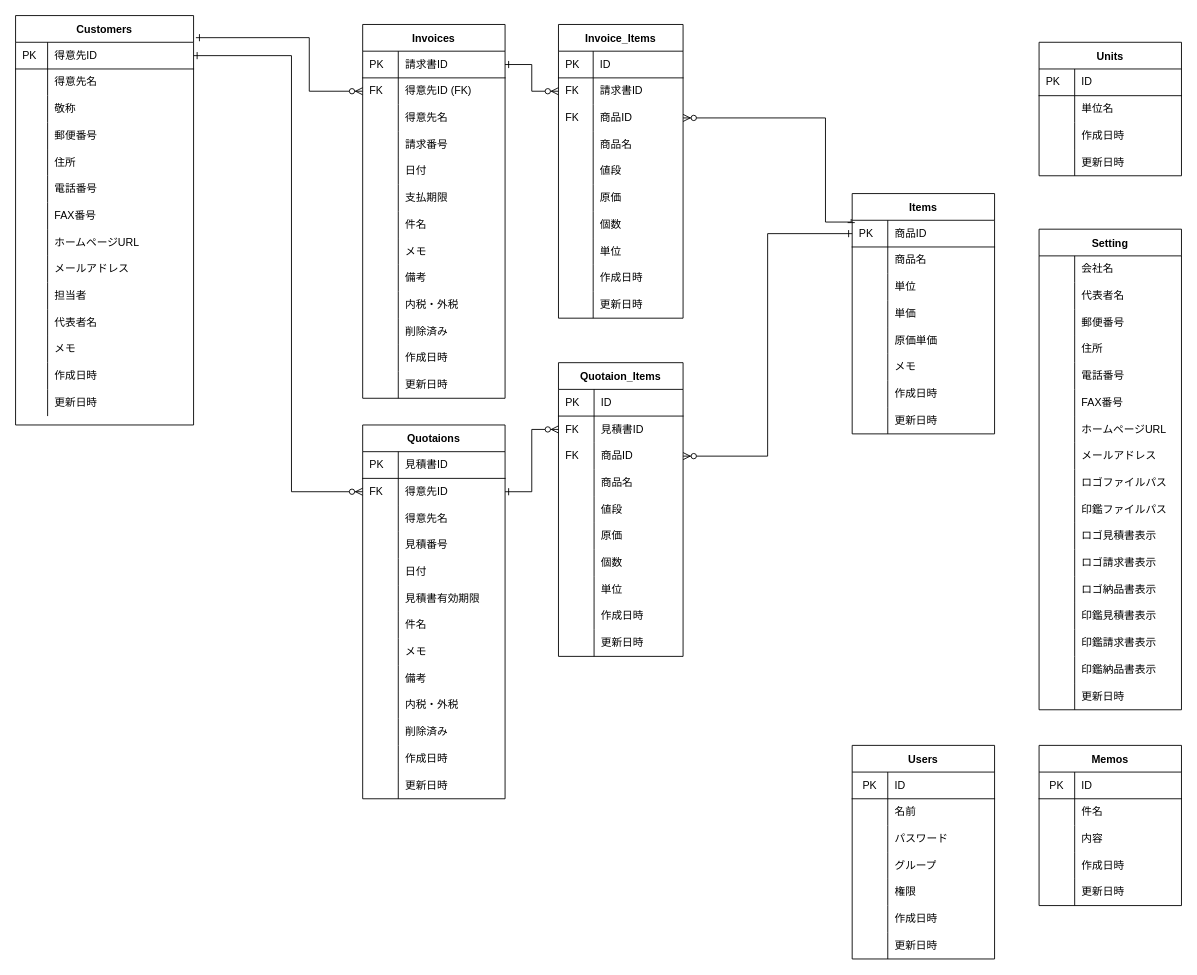
This is soho_er.dio from gamasenninn/caddie-clone, a draw.io file, before an edit. Source tidied: cells renumbered, new cells numbered last; positions are measured from the earlier drawing's top-left corner, leaving out a move shared by most shapes. Both pictures are drawn from the tidied source at 89%, with x=0, y=0 at pixel (15, 15).
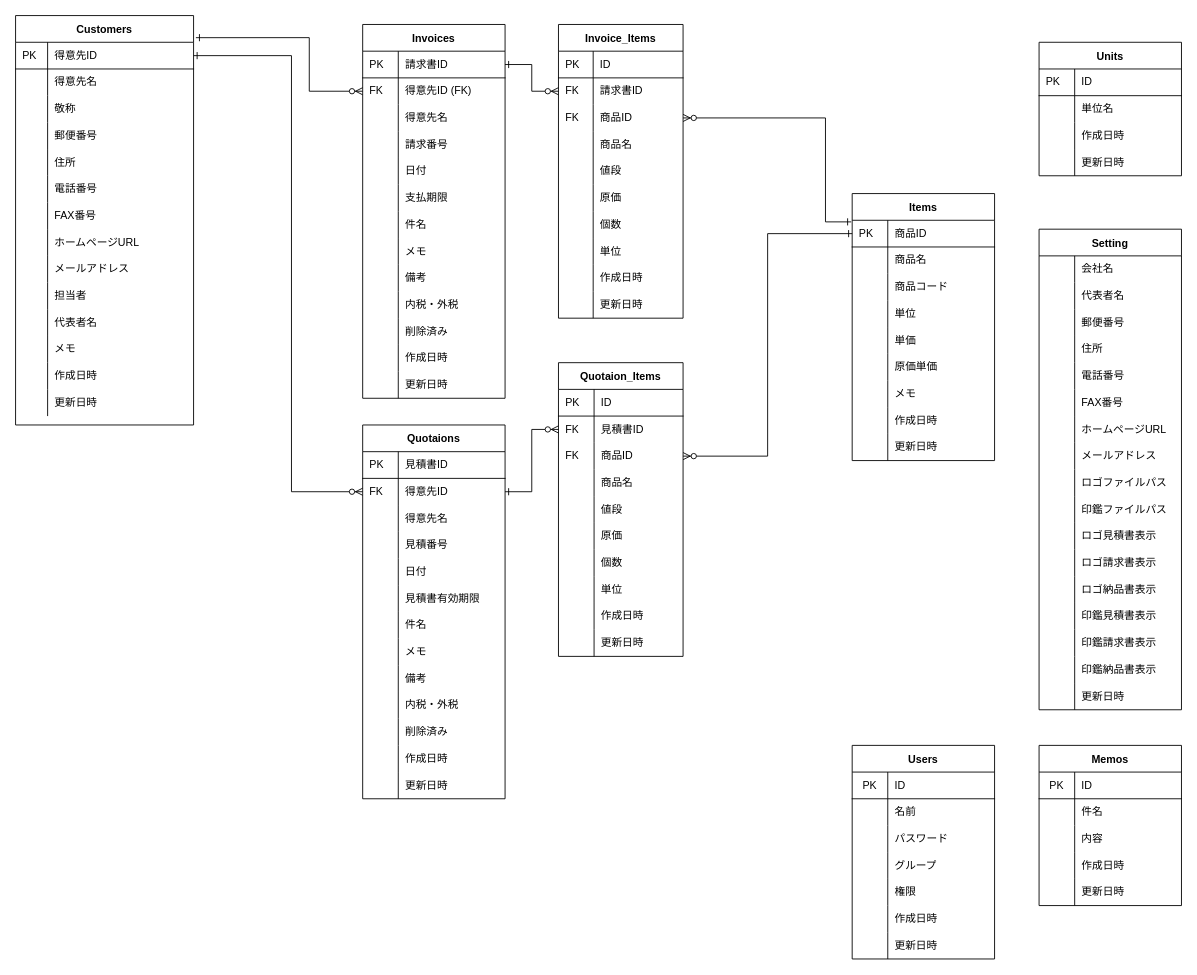
Above is the later version.

The edit, as a diff of the source:
```diff
@@
     <mxCell id="45" value="Items" style="shape=table;startSize=30;childLayout=tableLayout;rowLines=0;fontStyle=1;align=center;" parent="1" vertex="1">
-      <mxGeometry x="940" y="200" width="160" height="270" as="geometry" />
+      <mxGeometry x="940" y="200" width="160" height="300" as="geometry" />
     </mxCell>
@@
+    <mxCell id="321" style="shape=partialRectangle;html=1;whiteSpace=wrap;fillColor=none;top=0;left=0;bottom=0;right=0;" parent="45" vertex="1">
+      <mxGeometry y="90" width="160" height="30" as="geometry" />
+    </mxCell>
+    <mxCell id="322" style="shape=partialRectangle;html=1;whiteSpace=wrap;fillColor=none;top=0;left=0;bottom=0;right=0;align=left;spacingLeft=6;overflow=hidden;" parent="321" vertex="1">
+      <mxGeometry width="40" height="30" as="geometry" />
+    </mxCell>
+    <mxCell id="323" value="商品コード" style="shape=partialRectangle;html=1;whiteSpace=wrap;fillColor=none;top=0;left=0;bottom=0;right=0;align=left;spacingLeft=6;overflow=hidden;" parent="321" vertex="1">
+      <mxGeometry x="40" width="120" height="30" as="geometry" />
+    </mxCell>
     <mxCell id="52" style="shape=partialRectangle;html=1;whiteSpace=wrap;fillColor=none;top=0;left=0;bottom=0;right=0;" parent="45" vertex="1">
-      <mxGeometry y="90" width="160" height="30" as="geometry" />
+      <mxGeometry y="120" width="160" height="30" as="geometry" />
     </mxCell>
@@
     <mxCell id="55" style="shape=partialRectangle;html=1;whiteSpace=wrap;fillColor=none;top=0;left=0;bottom=0;right=0;" parent="45" vertex="1">
-      <mxGeometry y="120" width="160" height="30" as="geometry" />
+      <mxGeometry y="150" width="160" height="30" as="geometry" />
     </mxCell>
@@
     <mxCell id="58" style="shape=partialRectangle;html=1;whiteSpace=wrap;fillColor=none;top=0;left=0;bottom=0;right=0;" parent="45" vertex="1">
-      <mxGeometry y="150" width="160" height="30" as="geometry" />
+      <mxGeometry y="180" width="160" height="30" as="geometry" />
     </mxCell>
@@
     <mxCell id="61" style="shape=partialRectangle;html=1;whiteSpace=wrap;fillColor=none;top=0;left=0;bottom=0;right=0;" parent="45" vertex="1">
-      <mxGeometry y="180" width="160" height="30" as="geometry" />
+      <mxGeometry y="210" width="160" height="30" as="geometry" />
     </mxCell>
@@
     <mxCell id="64" style="shape=partialRectangle;html=1;whiteSpace=wrap;fillColor=none;top=0;left=0;bottom=0;right=0;" parent="45" vertex="1">
-      <mxGeometry y="210" width="160" height="30" as="geometry" />
+      <mxGeometry y="240" width="160" height="30" as="geometry" />
     </mxCell>
@@
     <mxCell id="67" style="shape=partialRectangle;html=1;whiteSpace=wrap;fillColor=none;top=0;left=0;bottom=0;right=0;" parent="45" vertex="1">
-      <mxGeometry y="240" width="160" height="30" as="geometry" />
+      <mxGeometry y="270" width="160" height="30" as="geometry" />
     </mxCell>
```
